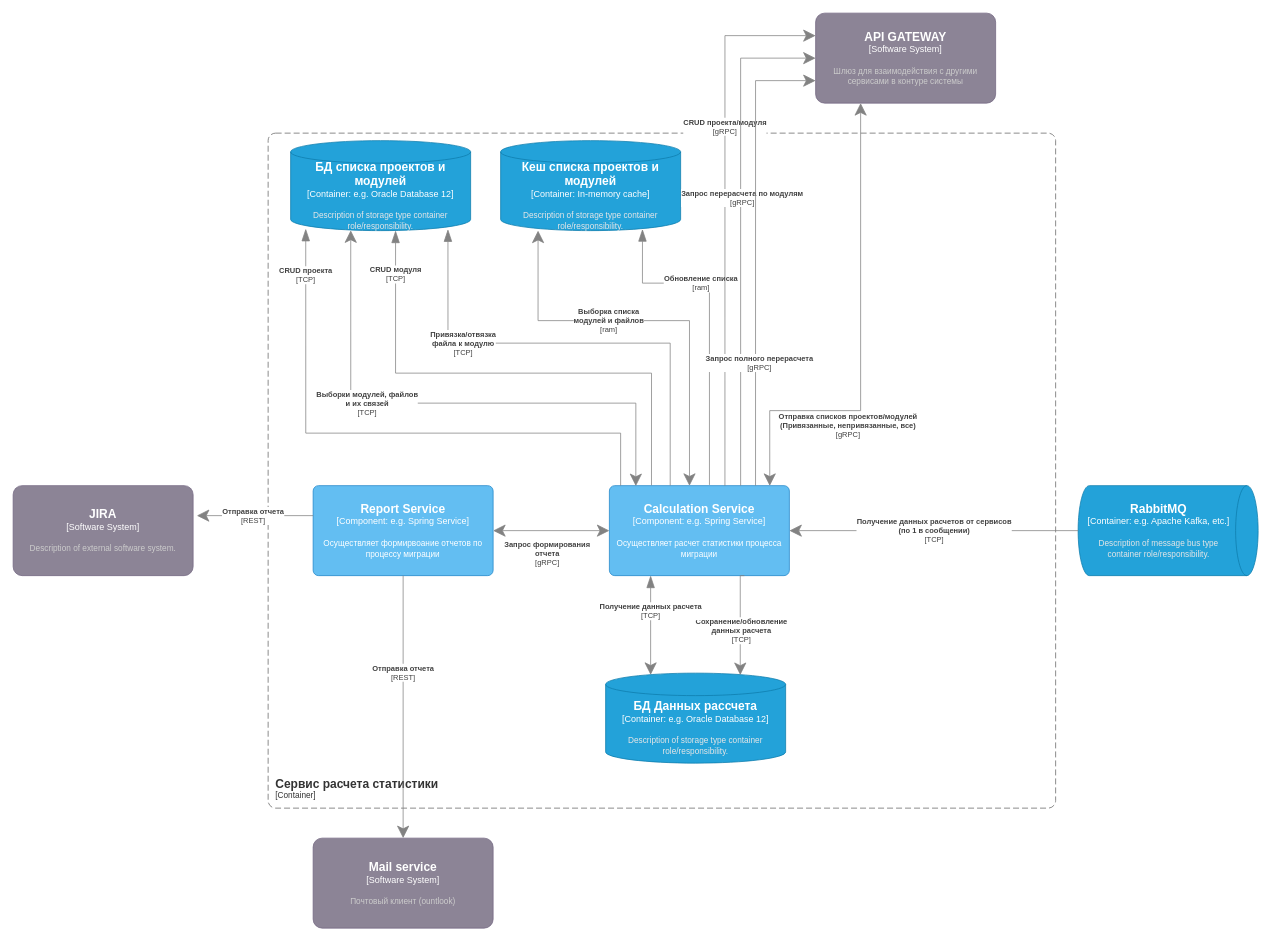
Wraithname/OTUSProject-Docs keeps this draw.io diagram as page "Сергей" (2 of 4) of diagrams/src/Rus.drawio. Above is the earlier version. Source tidied: cells renumbered, new cells numbered last; positions are measured from the earlier drawing's top-left corner, leaving out a move shared by most shapes. Both pictures are drawn from the tidied source at 75%, with x=0, y=0 at pixel (13, 13).
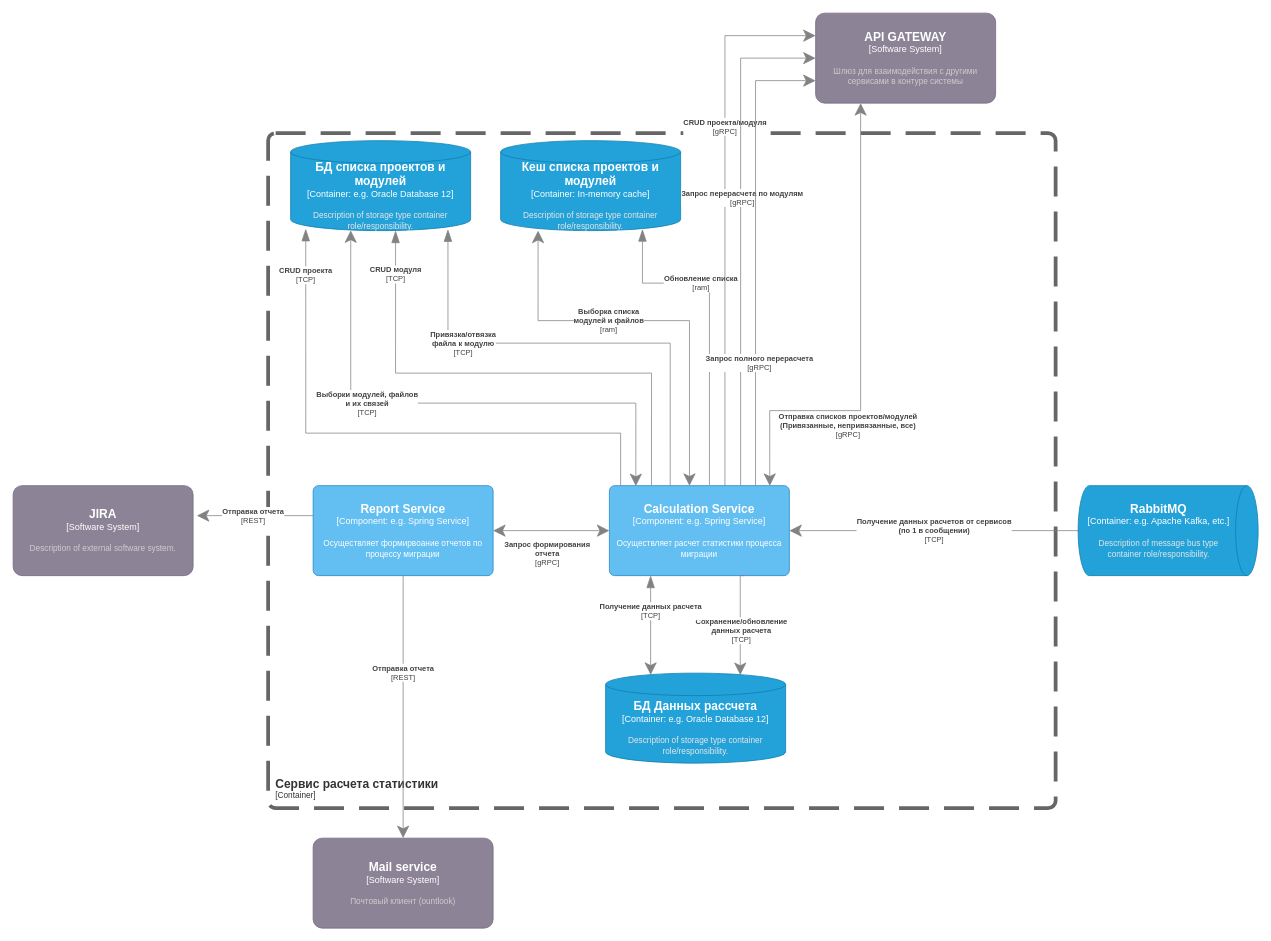
The same page after the edit.

What changed in the source:
```diff
@@
     <object id="2" label="&lt;font style=&quot;font-size: 16px&quot;&gt;&lt;b&gt;&lt;div style=&quot;text-align: left&quot;&gt;%c4Name%&lt;/div&gt;&lt;/b&gt;&lt;/font&gt;&lt;div style=&quot;text-align: left&quot;&gt;[%c4Application%]&lt;/div&gt;" c4Application="Container" c4Name="Сервис расчета статистики" placeholders="1">
-      <mxCell style="rounded=1;fontSize=11;whiteSpace=wrap;html=1;dashed=1;arcSize=20;fillColor=none;strokeColor=#666666;fontColor=#333333;labelBackgroundColor=none;align=left;verticalAlign=bottom;labelBorderColor=none;spacingTop=0;spacing=10;dashPattern=8 4;perimeter=rectanglePerimeter;noLabel=0;labelPadding=0;absoluteArcSize=1;" parent="1" vertex="1">
+      <mxCell style="rounded=1;fontSize=11;whiteSpace=wrap;html=1;dashed=1;arcSize=20;fillColor=none;strokeColor=#666666;fontColor=#333333;labelBackgroundColor=none;align=left;verticalAlign=bottom;labelBorderColor=none;spacingTop=0;spacing=10;dashPattern=8 4;perimeter=rectanglePerimeter;noLabel=0;labelPadding=0;absoluteArcSize=1;strokeWidth=5;" parent="1" vertex="1">
         <mxGeometry x="340" y="160" width="1050" height="900" as="geometry" />
       </mxCell>
     </object>
```
